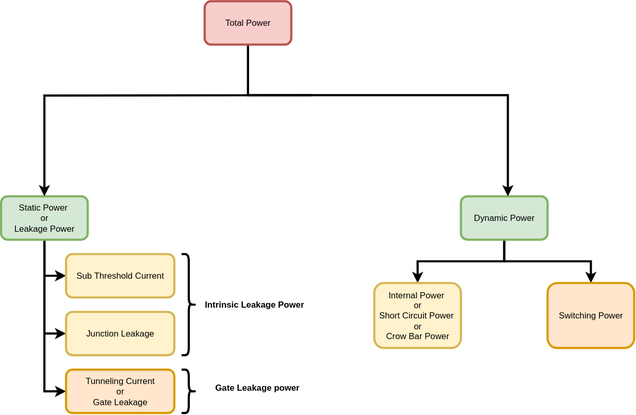
T-Maharshi-Sanand-Yadav/draw.io keeps this draw.io diagram as power characterization.drawio.svg. Above is the earlier version. Source tidied: cells renumbered, new cells last; positions are measured from the earlier drawing's top-left corner, leaving out a move shared by most shapes.
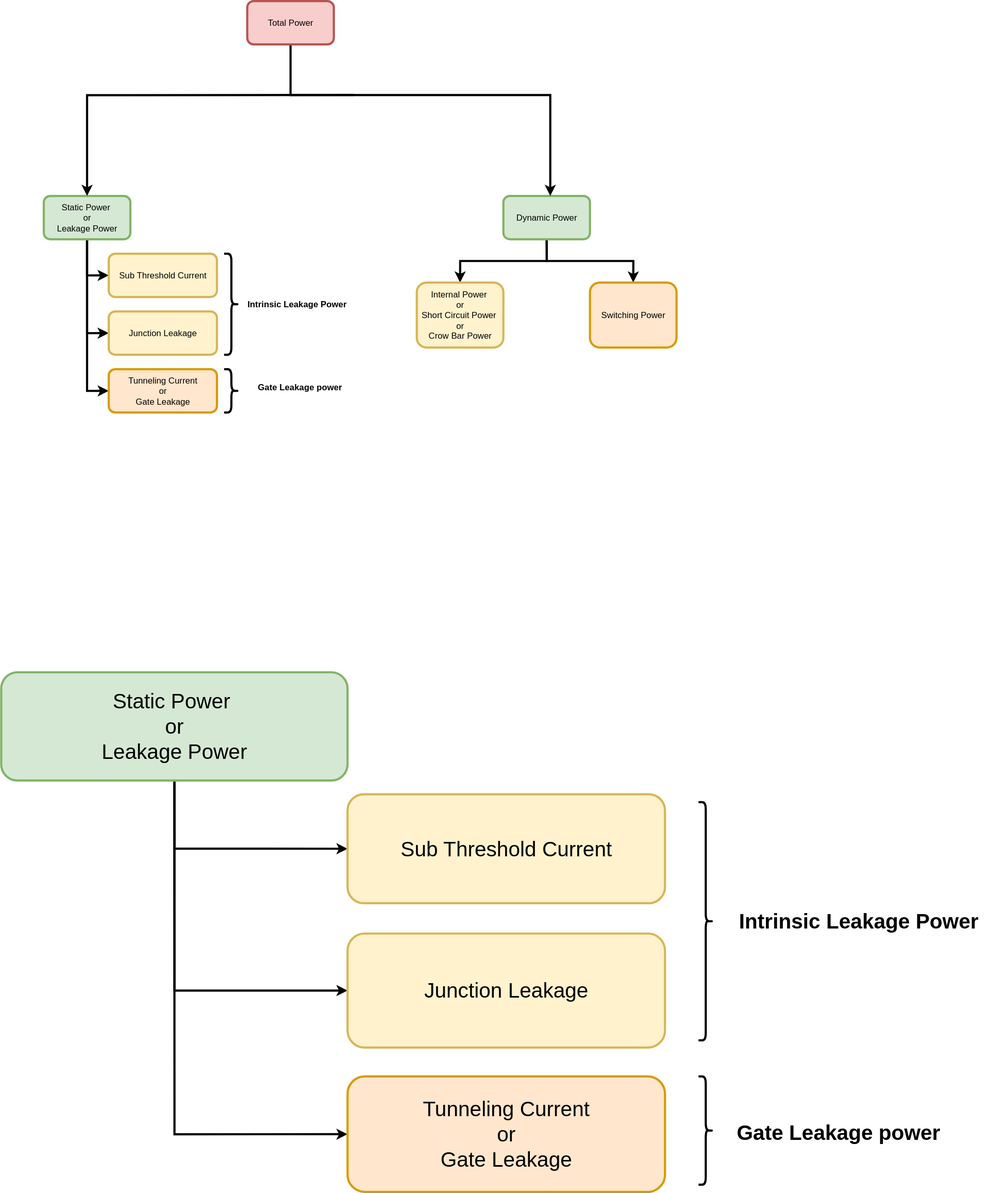
The same diagram one commit later.

What changed in the source:
```diff
@@ -66,5 +66,38 @@
     <mxCell id="20" value="Gate Leakage power" style="rounded=1;whiteSpace=wrap;html=1;strokeColor=none;strokeWidth=3;fontStyle=1;" parent="1" vertex="1">
       <mxGeometry x="280" y="505" width="150" height="60" as="geometry" />
     </mxCell>
+    <mxCell id="21" style="edgeStyle=orthogonalEdgeStyle;rounded=0;jettySize=auto;html=1;exitX=0.5;exitY=1;exitDx=0;exitDy=0;entryX=0;entryY=0.5;entryDx=0;entryDy=0;strokeWidth=3;fontSize=29;" parent="1" edge="1" source="24" target="27">
+      <mxGeometry relative="1" as="geometry" />
+    </mxCell>
+    <mxCell id="22" style="edgeStyle=orthogonalEdgeStyle;rounded=0;jettySize=auto;html=1;exitX=0.5;exitY=1;exitDx=0;exitDy=0;entryX=0;entryY=0.5;entryDx=0;entryDy=0;strokeWidth=3;fontSize=29;" parent="1" edge="1" source="24" target="26">
+      <mxGeometry relative="1" as="geometry" />
+    </mxCell>
+    <mxCell id="23" style="edgeStyle=orthogonalEdgeStyle;rounded=0;jettySize=auto;html=1;exitX=0.5;exitY=1;exitDx=0;exitDy=0;entryX=0;entryY=0.5;entryDx=0;entryDy=0;strokeWidth=3;fontSize=29;" parent="1" edge="1" source="24" target="25">
+      <mxGeometry relative="1" as="geometry" />
+    </mxCell>
+    <mxCell id="24" value="Static Power&amp;nbsp;&lt;div&gt;or&lt;br&gt;&lt;div&gt;&amp;nbsp;Leakage Power&amp;nbsp;&lt;/div&gt;&lt;/div&gt;" style="rounded=1;whiteSpace=wrap;html=1;strokeWidth=3;fillColor=#d5e8d4;strokeColor=#82b366;fontSize=29;" parent="1" vertex="1">
+      <mxGeometry x="-59" y="930" width="480" height="150" as="geometry" />
+    </mxCell>
+    <mxCell id="25" value="Sub Threshold Current" style="rounded=1;whiteSpace=wrap;html=1;strokeWidth=3;fillColor=#fff2cc;strokeColor=#d6b656;fontSize=29;" parent="1" vertex="1">
+      <mxGeometry x="421" y="1099" width="440" height="151" as="geometry" />
+    </mxCell>
+    <mxCell id="26" value="Junction Leakage" style="rounded=1;whiteSpace=wrap;html=1;strokeWidth=3;fillColor=#fff2cc;strokeColor=#d6b656;fontSize=29;" parent="1" vertex="1">
+      <mxGeometry x="421" y="1292" width="440" height="158" as="geometry" />
+    </mxCell>
+    <mxCell id="27" value="Tunneling Current&lt;div&gt;or&lt;/div&gt;&lt;div&gt;Gate Leakage&lt;/div&gt;" style="rounded=1;whiteSpace=wrap;html=1;strokeWidth=3;fillColor=#ffe6cc;strokeColor=#d79b00;fontSize=29;" parent="1" vertex="1">
+      <mxGeometry x="421" y="1490" width="440" height="160" as="geometry" />
+    </mxCell>
+    <mxCell id="28" style="shape=curlyBracket;whiteSpace=wrap;html=1;rounded=1;flipH=1;labelPosition=right;verticalLabelPosition=middle;align=left;verticalAlign=middle;strokeWidth=3;fontSize=29;" parent="1" vertex="1">
+      <mxGeometry x="907.5" y="1110" width="20" height="330" as="geometry" />
+    </mxCell>
+    <mxCell id="29" style="shape=curlyBracket;whiteSpace=wrap;html=1;rounded=1;flipH=1;labelPosition=right;verticalLabelPosition=middle;align=left;verticalAlign=middle;strokeWidth=3;fontSize=29;" parent="1" vertex="1">
+      <mxGeometry x="907.5" y="1490" width="20" height="150" as="geometry" />
+    </mxCell>
+    <mxCell id="30" value="Intrinsic Leakage Power" style="rounded=1;whiteSpace=wrap;html=1;strokeColor=none;strokeWidth=3;fontStyle=1;fontSize=29;" parent="1" vertex="1">
+      <mxGeometry x="951" y="1245" width="357" height="60" as="geometry" />
+    </mxCell>
+    <mxCell id="31" value="Gate Leakage power" style="rounded=1;whiteSpace=wrap;html=1;strokeColor=none;strokeWidth=3;fontStyle=1;fontSize=29;" parent="1" vertex="1">
+      <mxGeometry x="932" y="1543" width="339" height="50" as="geometry" />
+    </mxCell>
   </root>
 </mxGraphModel>
```
